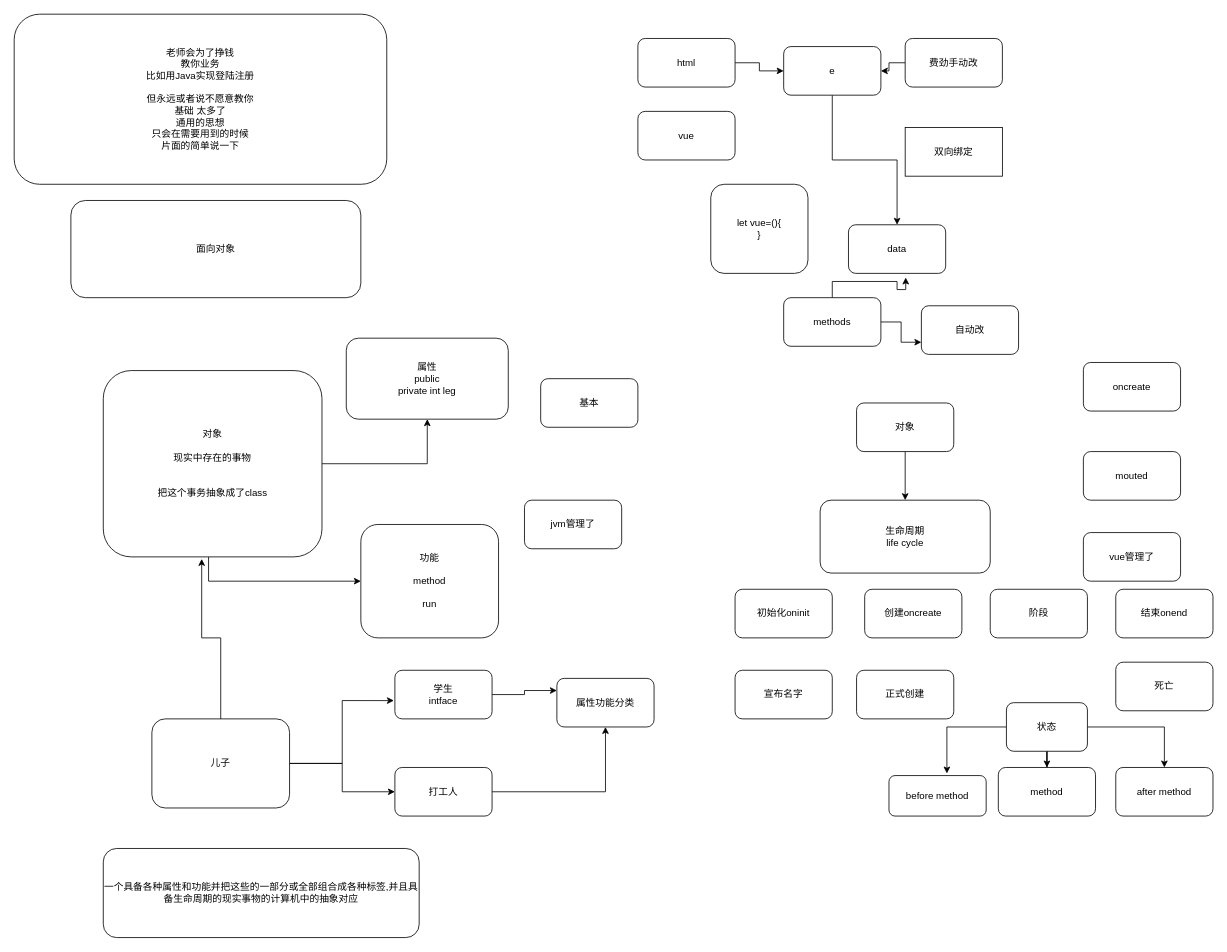
zcg/draw keeps this draw.io diagram as 2022/11/5/未命名绘图.drawio. Above is the earlier version. Source tidied: cells renumbered, new cells numbered last; positions are measured from the earlier drawing's top-left corner, leaving out a move shared by most shapes. Both pictures are drawn from the tidied source at 81%, with x=0, y=0 at pixel (14, 14).
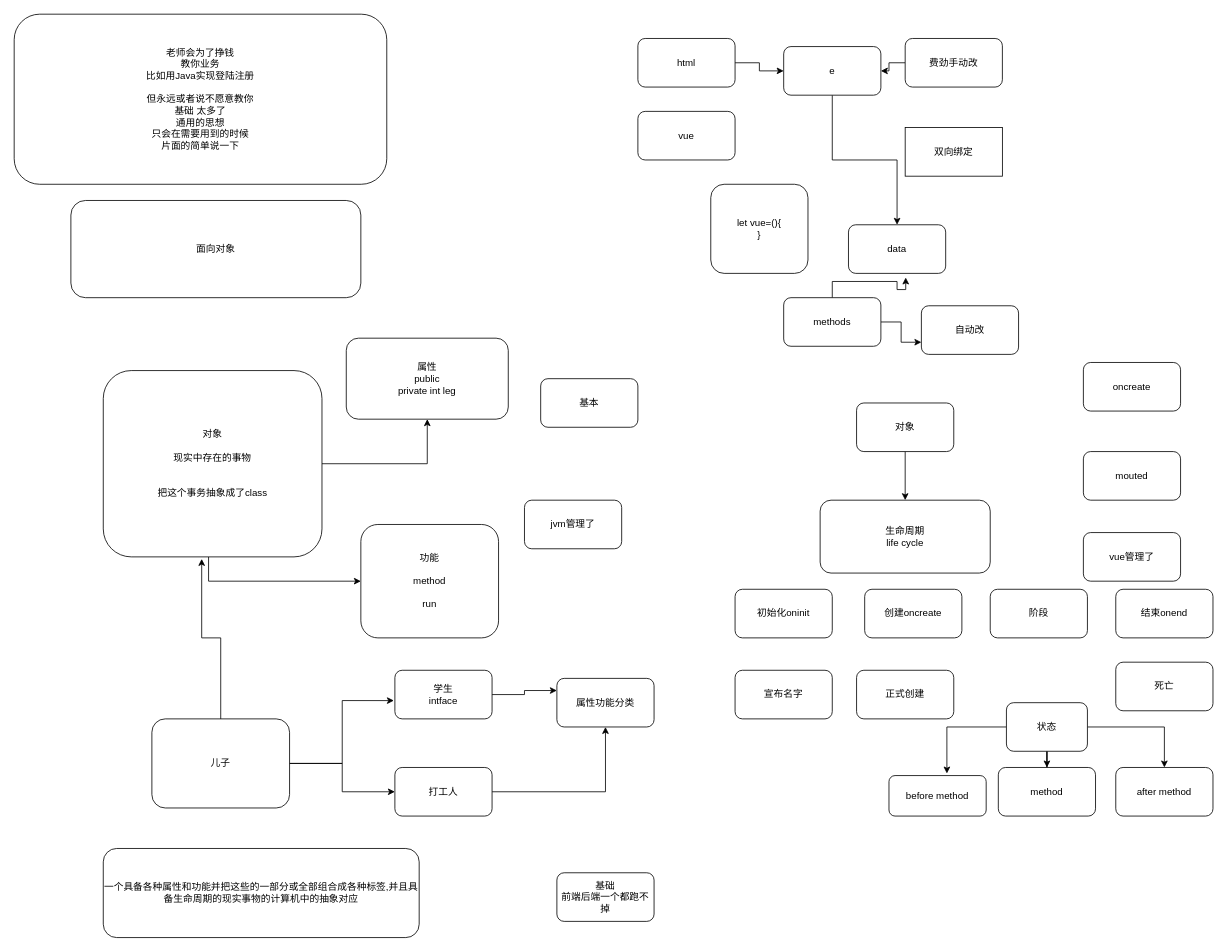
The same diagram, later.

Commit message:
更新未命名绘图.drawio

What changed in the source:
```diff
@@
+    <mxCell id="55" value="基础&lt;br&gt;前端后端一个都跑不掉" style="rounded=1;whiteSpace=wrap;html=1;" parent="1" vertex="1">
+      <mxGeometry x="670" y="1060" width="120" height="60" as="geometry" />
+    </mxCell>
```
